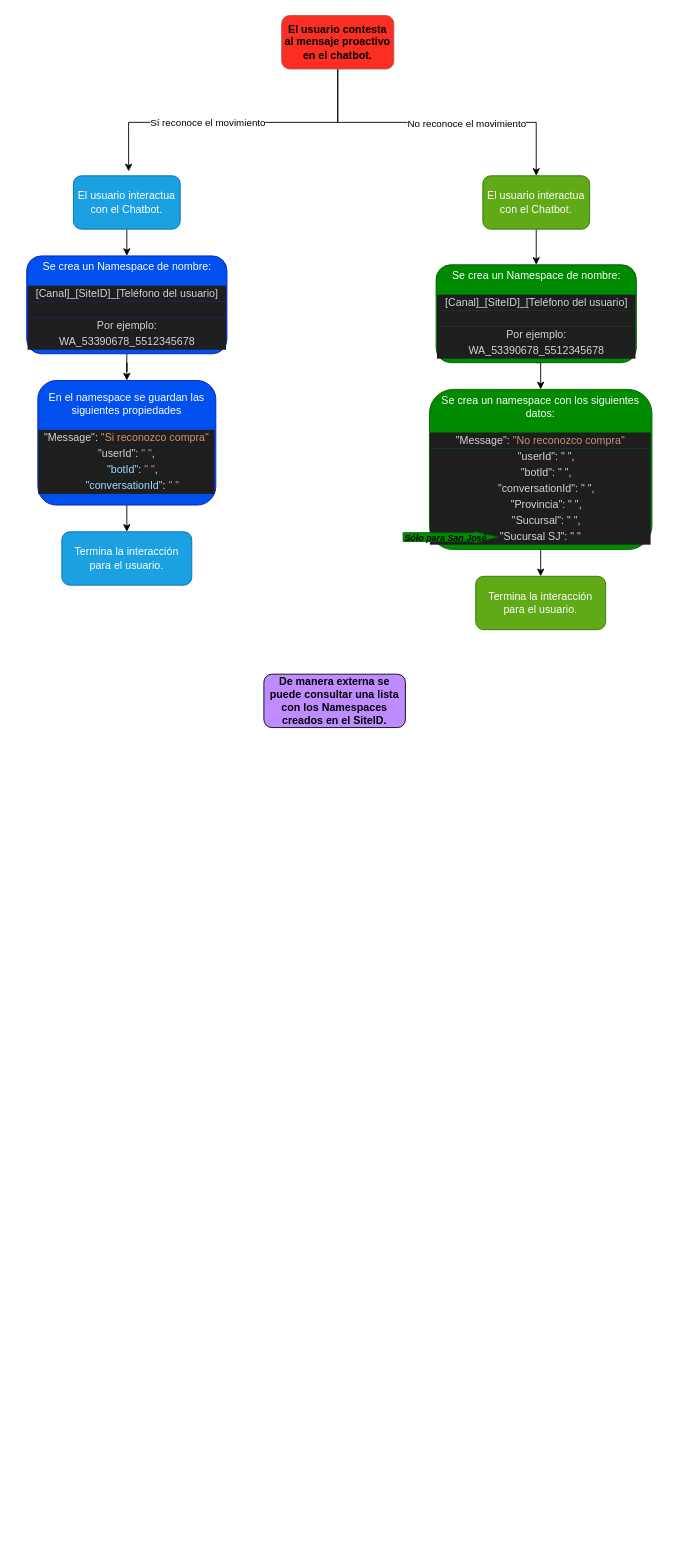
The draw.io diagram Endpoints.drawio in Darkahnott/DiagramasDRAWIO, before the edit. Source tidied: cells renumbered, new cells numbered last; positions are measured from the earlier drawing's top-left corner, leaving out a move shared by most shapes. Both pictures are drawn from the tidied source at 89%, with x=0, y=0 at pixel (27, 15).
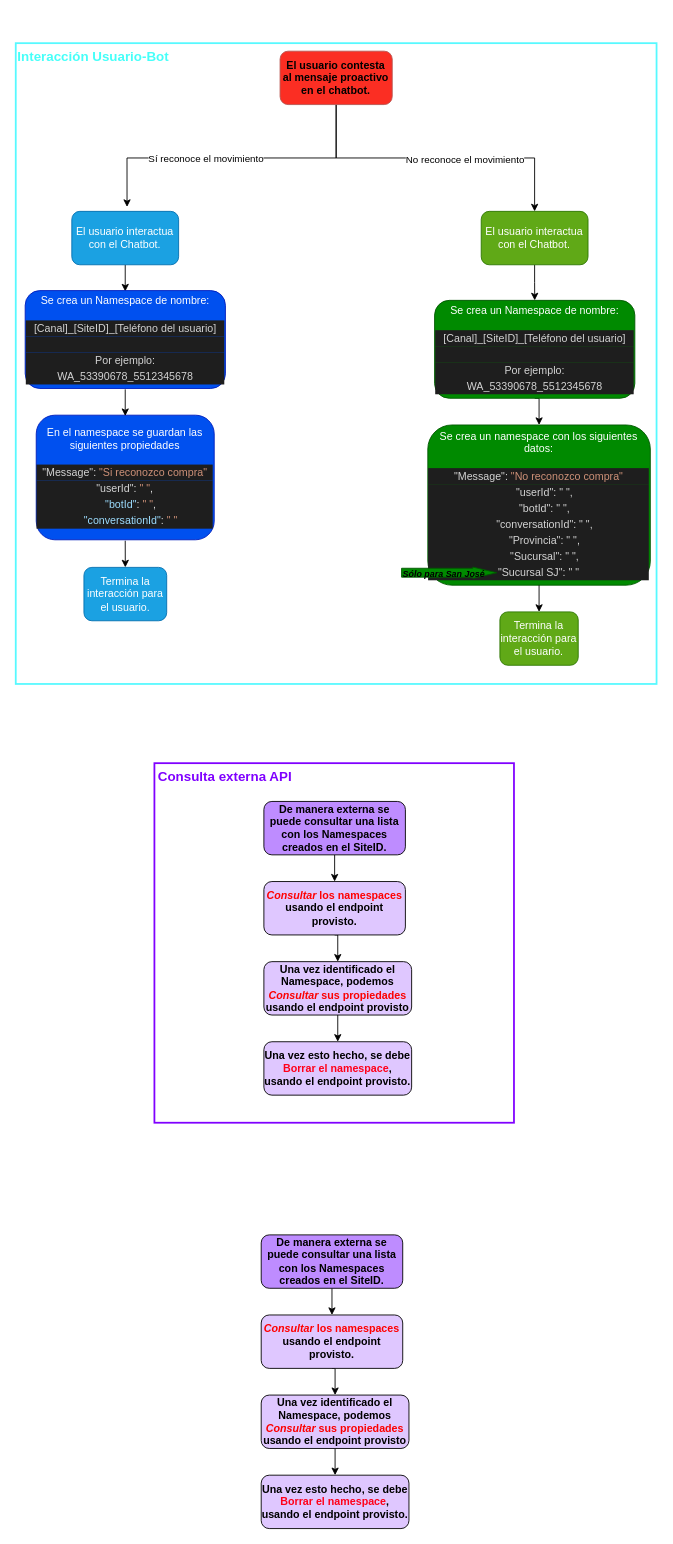
Above is the later version.

What changed in the source:
```diff
@@
     <mxCell id="6" value="&lt;b&gt;El usuario contesta al mensaje proactivo en el chatbot.&lt;/b&gt;" style="rounded=1;whiteSpace=wrap;html=1;fillColor=#fb2e23;strokeColor=#b85450;" parent="1" vertex="1">
-      <mxGeometry x="286" width="126" height="60" as="geometry" />
+      <mxGeometry x="284.2" y="40" width="126" height="60" as="geometry" />
     </mxCell>
-    <mxCell id="7" style="edgeStyle=orthogonalEdgeStyle;rounded=0;jettySize=auto;html=1;exitX=0.5;exitY=1;exitDx=0;exitDy=0;entryX=0.5;entryY=0;entryDx=0;entryDy=0;" parent="1" edge="1" source="8" target="21">
-      <mxGeometry relative="1" as="geometry" />
+    <mxCell id="7" style="edgeStyle=orthogonalEdgeStyle;rounded=0;jettySize=auto;html=1;exitX=0.5;exitY=1;exitDx=0;exitDy=0;entryX=0.5;entryY=0;entryDx=0;entryDy=0;" parent="1" edge="1" target="21">
+      <mxGeometry relative="1" as="geometry">
+        <mxPoint x="110.2" y="590" as="sourcePoint" />
+      </mxGeometry>
     </mxCell>
     <mxCell id="8" value="En el namespace se guardan las siguientes propiedades&lt;br&gt;&lt;br&gt;&lt;div style=&quot;color: rgb(212, 212, 212); background-color: rgb(30, 30, 30); line-height: 18px;&quot;&gt;&quot;Message&quot;&lt;span style=&quot;color: #dcdcdc;&quot;&gt;:&lt;/span&gt;&amp;nbsp;&lt;span style=&quot;color: #ce9178;&quot;&gt;&quot;Si&amp;nbsp;reconozco&amp;nbsp;compra&quot;&lt;/span&gt;&lt;/div&gt;&lt;div style=&quot;background-color: rgb(30, 30, 30); line-height: 18px;&quot;&gt;&lt;div style=&quot;line-height: 18px;&quot;&gt;&lt;div style=&quot;color: rgb(212, 212, 212);&quot;&gt;&quot;userId&quot;&lt;span style=&quot;color: #dcdcdc;&quot;&gt;:&lt;/span&gt;&amp;nbsp;&lt;span style=&quot;color: #ce9178;&quot;&gt;&quot; &quot;&lt;/span&gt;&lt;span style=&quot;color: #dcdcdc;&quot;&gt;,&lt;/span&gt;&lt;/div&gt;&lt;div style=&quot;color: rgb(212, 212, 212);&quot;&gt;&amp;nbsp;&amp;nbsp;&amp;nbsp;&amp;nbsp;&lt;span style=&quot;color: #9cdcfe;&quot;&gt;&quot;botId&quot;&lt;/span&gt;&lt;span style=&quot;color: #dcdcdc;&quot;&gt;:&lt;/span&gt;&amp;nbsp;&lt;span style=&quot;color: #ce9178;&quot;&gt;&quot; &quot;&lt;/span&gt;&lt;span style=&quot;color: #dcdcdc;&quot;&gt;,&lt;/span&gt;&lt;/div&gt;&lt;div style=&quot;&quot;&gt;&lt;font color=&quot;#d4d4d4&quot;&gt;&amp;nbsp;&amp;nbsp;&amp;nbsp;&amp;nbsp;&lt;/font&gt;&lt;span style=&quot;color: rgb(156, 220, 254);&quot;&gt;&quot;conversationId&quot;&lt;/span&gt;&lt;span style=&quot;color: rgb(220, 220, 220);&quot;&gt;:&lt;/span&gt;&lt;font color=&quot;#d4d4d4&quot;&gt;&amp;nbsp;&lt;/font&gt;&lt;font color=&quot;#ce9178&quot;&gt;&quot; &quot;&lt;/font&gt;&lt;/div&gt;&lt;/div&gt;&lt;/div&gt;" style="rounded=1;whiteSpace=wrap;html=1;fillColor=#0050ef;fontColor=#ffffff;strokeColor=#001DBC;" parent="1" vertex="1">
-      <mxGeometry x="12" y="410" width="200" height="140" as="geometry" />
+      <mxGeometry x="10.2" y="449" width="200" height="140" as="geometry" />
     </mxCell>
-    <mxCell id="9" style="edgeStyle=orthogonalEdgeStyle;rounded=0;jettySize=auto;html=1;exitX=0.5;exitY=1;exitDx=0;exitDy=0;entryX=0.5;entryY=0;entryDx=0;entryDy=0;" parent="1" edge="1" source="10" target="14">
-      <mxGeometry relative="1" as="geometry" />
+    <mxCell id="9" style="edgeStyle=orthogonalEdgeStyle;rounded=0;jettySize=auto;html=1;exitX=0.5;exitY=1;exitDx=0;exitDy=0;entryX=0.5;entryY=0;entryDx=0;entryDy=0;" parent="1" edge="1" source="10">
+      <mxGeometry relative="1" as="geometry">
+        <mxPoint x="110.2" y="310" as="targetPoint" />
+      </mxGeometry>
     </mxCell>
     <mxCell id="10" value="&lt;font style=&quot;font-size: 12px;&quot;&gt;El usuario interactua con el Chatbot.&lt;/font&gt;" style="rounded=1;whiteSpace=wrap;html=1;fillColor=#1ba1e2;fontColor=#ffffff;strokeColor=#006EAF;" parent="1" vertex="1">
-      <mxGeometry x="52" y="180" width="120" height="60" as="geometry" />
+      <mxGeometry x="50.2" y="220" width="120" height="60" as="geometry" />
     </mxCell>
@@
     <mxCell id="12" value="&lt;font style=&quot;font-size: 12px;&quot;&gt;El usuario interactua con el Chatbot.&lt;/font&gt;" style="rounded=1;whiteSpace=wrap;html=1;fillColor=#60a917;fontColor=#ffffff;strokeColor=#2D7600;" parent="1" vertex="1">
-      <mxGeometry x="512" y="180" width="120" height="60" as="geometry" />
+      <mxGeometry x="510.2" y="220" width="120" height="60" as="geometry" />
     </mxCell>
-    <mxCell id="13" style="edgeStyle=orthogonalEdgeStyle;rounded=0;jettySize=auto;html=1;exitX=0.5;exitY=1;exitDx=0;exitDy=0;" parent="1" edge="1" source="14" target="8">
-      <mxGeometry relative="1" as="geometry" />
+    <mxCell id="13" style="edgeStyle=orthogonalEdgeStyle;rounded=0;orthogonalLoop=1;jettySize=auto;html=1;exitX=0.5;exitY=1;exitDx=0;exitDy=0;" parent="1" edge="1">
+      <mxGeometry relative="1" as="geometry">
+        <mxPoint x="110.2" y="420" as="sourcePoint" />
+        <mxPoint x="110.2" y="450" as="targetPoint" />
+      </mxGeometry>
     </mxCell>
     <mxCell id="14" value="Se crea un Namespace de nombre:&lt;br&gt;&lt;br&gt;&lt;div style=&quot;color: rgb(212, 212, 212); background-color: rgb(30, 30, 30); line-height: 18px;&quot;&gt;[Canal]_[SiteID]_[Teléfono del usuario]&lt;/div&gt;&lt;div style=&quot;color: rgb(212, 212, 212); background-color: rgb(30, 30, 30); line-height: 18px;&quot;&gt;&lt;br&gt;&lt;/div&gt;&lt;div style=&quot;color: rgb(212, 212, 212); background-color: rgb(30, 30, 30); line-height: 18px;&quot;&gt;Por ejemplo: WA_53390678_5512345678&lt;/div&gt;" style="rounded=1;whiteSpace=wrap;html=1;fillColor=#0050ef;fontColor=#ffffff;strokeColor=#001DBC;" parent="1" vertex="1">
-      <mxGeometry x="-0.5" y="270" width="225" height="110" as="geometry" />
+      <mxGeometry x="-2.2" y="309" width="225" height="110" as="geometry" />
     </mxCell>
     <mxCell id="15" style="group;" parent="1" vertex="1">
-      <mxGeometry x="422" y="420" width="280" height="180" as="geometry" />
+      <mxGeometry x="422" y="420" width="280" height="434" as="geometry" />
     </mxCell>
     <mxCell id="16" value="Se crea un namespace con los siguientes datos:&lt;br style=&quot;border-color: var(--border-color);&quot;&gt;&lt;br style=&quot;border-color: var(--border-color);&quot;&gt;&lt;div style=&quot;border-color: var(--border-color); color: rgb(212, 212, 212); background-color: rgb(30, 30, 30); line-height: 18px;&quot;&gt;&quot;Message&quot;:&amp;nbsp;&lt;span style=&quot;border-color: var(--border-color); color: rgb(206, 145, 120);&quot;&gt;&quot;No reconozco&amp;nbsp;compra&quot;&lt;/span&gt;&lt;/div&gt;&lt;div style=&quot;border-color: var(--border-color); background-color: rgb(30, 30, 30); line-height: 18px;&quot;&gt;&lt;div style=&quot;border-color: var(--border-color); line-height: 18px;&quot;&gt;&lt;div style=&quot;border-color: var(--border-color);&quot;&gt;&lt;div style=&quot;color: rgb(212, 212, 212); border-color: var(--border-color);&quot;&gt;&amp;nbsp; &amp;nbsp; &quot;userId&quot;: &quot; &quot;,&lt;/div&gt;&lt;div style=&quot;color: rgb(212, 212, 212); border-color: var(--border-color);&quot;&gt;&amp;nbsp; &amp;nbsp; &quot;botId&quot;: &quot; &quot;,&lt;/div&gt;&lt;div style=&quot;color: rgb(212, 212, 212); border-color: var(--border-color);&quot;&gt;&amp;nbsp; &amp;nbsp; &quot;conversationId&quot;: &quot; &quot;,&lt;/div&gt;&lt;div style=&quot;color: rgb(212, 212, 212); border-color: var(--border-color);&quot;&gt;&amp;nbsp; &amp;nbsp; &quot;Provincia&quot;: &quot; &quot;,&lt;/div&gt;&lt;div style=&quot;color: rgb(212, 212, 212); border-color: var(--border-color);&quot;&gt;&amp;nbsp; &amp;nbsp; &quot;Sucursal&quot;: &quot; &quot;,&lt;/div&gt;&lt;div style=&quot;border-color: var(--border-color);&quot;&gt;&lt;font color=&quot;#d4d4d4&quot;&gt;&quot;Sucursal SJ&quot;: &quot; &quot;&lt;/font&gt;&lt;br&gt;&lt;/div&gt;&lt;/div&gt;&lt;/div&gt;&lt;/div&gt;" style="rounded=1;whiteSpace=wrap;html=1;fillColor=#008a00;fontColor=#ffffff;strokeColor=#005700;" parent="15" vertex="1">
-      <mxGeometry x="30" width="250" height="180" as="geometry" />
+      <mxGeometry x="28.2" y="40" width="250" height="180" as="geometry" />
     </mxCell>
     <mxCell id="17" style="shape=flexArrow;endArrow=classic;html=1;rounded=0;endWidth=1.6666666666666667;endSize=8.666666666666668;fillColor=#008a00;strokeColor=#005700;" parent="15" edge="1">
       <mxGeometry relative="1" as="geometry">
-        <mxPoint y="166" as="sourcePoint" />
-        <mxPoint x="108" y="166" as="targetPoint" />
+        <mxPoint x="-1.8" y="206" as="sourcePoint" />
+        <mxPoint x="106.2" y="206" as="targetPoint" />
       </mxGeometry>
     </mxCell>
@@
     <mxCell id="20" value="Se crea un Namespace de nombre:&lt;br&gt;&lt;br&gt;&lt;div style=&quot;color: rgb(212, 212, 212); background-color: rgb(30, 30, 30); line-height: 18px;&quot;&gt;[Canal]_[SiteID]_[Teléfono del usuario]&lt;/div&gt;&lt;div style=&quot;color: rgb(212, 212, 212); background-color: rgb(30, 30, 30); line-height: 18px;&quot;&gt;&lt;br&gt;&lt;/div&gt;&lt;div style=&quot;color: rgb(212, 212, 212); background-color: rgb(30, 30, 30); line-height: 18px;&quot;&gt;Por ejemplo: WA_53390678_5512345678&lt;/div&gt;" style="rounded=1;whiteSpace=wrap;html=1;fillColor=#008a00;fontColor=#ffffff;strokeColor=#005700;" parent="1" vertex="1">
-      <mxGeometry x="459.5" y="280" width="225" height="110" as="geometry" />
+      <mxGeometry x="457.8" y="320" width="225" height="110" as="geometry" />
     </mxCell>
     <mxCell id="21" value="Termina la interacción para el usuario." style="rounded=1;whiteSpace=wrap;html=1;fillColor=#1ba1e2;fontColor=#ffffff;strokeColor=#006EAF;" parent="1" vertex="1">
-      <mxGeometry x="39" y="580" width="146" height="60" as="geometry" />
+      <mxGeometry x="63.8" y="620" width="93" height="60" as="geometry" />
     </mxCell>
     <mxCell id="22" value="Termina la interacción para el usuario." style="rounded=1;whiteSpace=wrap;html=1;fillColor=#60a917;fontColor=#ffffff;strokeColor=#2D7600;" parent="1" vertex="1">
-      <mxGeometry x="504" y="630" width="146" height="60" as="geometry" />
+      <mxGeometry x="531.2" y="670" width="88" height="60" as="geometry" />
     </mxCell>
@@
+    <mxCell id="25" style="edgeStyle=orthogonalEdgeStyle;rounded=0;jettySize=auto;html=1;exitX=0.5;exitY=1;exitDx=0;exitDy=0;entryX=0.5;entryY=0;entryDx=0;entryDy=0;" parent="1" edge="1" source="24" target="27">
+      <mxGeometry relative="1" as="geometry" />
+    </mxCell>
     <mxCell id="24" value="&lt;b&gt;De manera externa se puede consultar una lista con los Namespaces creados en el SiteID.&lt;/b&gt;" style="rounded=1;whiteSpace=wrap;html=1;fillColor=#BE8CFF;" parent="1" vertex="1">
-      <mxGeometry x="266" y="740" width="159" height="60" as="geometry" />
+      <mxGeometry x="266" y="883" width="159" height="60" as="geometry" />
     </mxCell>
+    <mxCell id="26" style="edgeStyle=orthogonalEdgeStyle;rounded=0;jettySize=auto;html=1;exitX=0.5;exitY=1;exitDx=0;exitDy=0;entryX=0.5;entryY=0;entryDx=0;entryDy=0;" parent="1" edge="1" source="27" target="29">
+      <mxGeometry relative="1" as="geometry" />
+    </mxCell>
+    <mxCell id="27" value="&lt;b style=&quot;&quot;&gt;&lt;font color=&quot;#ff0000&quot;&gt;&lt;i style=&quot;&quot;&gt;Consultar&lt;/i&gt; los namespaces&lt;/font&gt;&lt;font color=&quot;#000000&quot;&gt; usando el endpoint provisto.&lt;/font&gt;&lt;/b&gt;" style="rounded=1;whiteSpace=wrap;html=1;fillColor=#dfc7ff;" parent="1" vertex="1">
+      <mxGeometry x="266" y="973" width="159" height="60" as="geometry" />
+    </mxCell>
+    <mxCell id="28" style="edgeStyle=orthogonalEdgeStyle;rounded=0;jettySize=auto;html=1;exitX=0.5;exitY=1;exitDx=0;exitDy=0;entryX=0.5;entryY=0;entryDx=0;entryDy=0;" parent="1" edge="1" source="29" target="30">
+      <mxGeometry relative="1" as="geometry" />
+    </mxCell>
+    <mxCell id="29" value="&lt;b style=&quot;&quot;&gt;&lt;font color=&quot;#000000&quot;&gt;Una vez identificado el Namespace, podemos &lt;/font&gt;&lt;font color=&quot;#fc0000&quot;&gt;&lt;i style=&quot;&quot;&gt;Consultar &lt;/i&gt;sus propiedades&lt;/font&gt;&lt;font color=&quot;#000000&quot;&gt; usando el endpoint provisto&lt;/font&gt;&lt;/b&gt;" style="rounded=1;whiteSpace=wrap;html=1;fillColor=#dfc7ff;" parent="1" vertex="1">
+      <mxGeometry x="266" y="1063" width="166" height="60" as="geometry" />
+    </mxCell>
+    <mxCell id="30" value="&lt;b style=&quot;&quot;&gt;&lt;font color=&quot;#000000&quot;&gt;Una vez esto hecho, se debe &lt;/font&gt;&lt;font color=&quot;#ff0019&quot;&gt;Borrar el namespace&lt;/font&gt;&lt;font color=&quot;#000000&quot;&gt;, usando el endpoint provisto.&lt;/font&gt;&lt;/b&gt;" style="rounded=1;whiteSpace=wrap;html=1;fillColor=#dfc7ff;" parent="1" vertex="1">
+      <mxGeometry x="266" y="1153" width="166" height="60" as="geometry" />
+    </mxCell>
+    <mxCell id="31" style="group;" parent="1" vertex="1">
+      <mxGeometry x="144" y="840" width="404" height="404" as="geometry" />
+    </mxCell>
+    <mxCell id="32" value="&lt;b&gt;&lt;font style=&quot;font-size: 15px;&quot; color=&quot;#7f00ff&quot;&gt;Consulta externa API&lt;/font&gt;&lt;/b&gt;" style="text;html=1;strokeColor=none;fillColor=none;align=center;verticalAlign=middle;whiteSpace=wrap;rounded=0;" parent="31" vertex="1">
+      <mxGeometry width="157" height="30" as="geometry" />
+    </mxCell>
+    <mxCell id="33" style="whiteSpace=wrap;html=1;fillColor=none;strokeColor=#8000ff;strokeWidth=2;" parent="1" vertex="1">
+      <mxGeometry x="143" y="840" width="404" height="404" as="geometry" />
+    </mxCell>
+    <mxCell id="34" style="whiteSpace=wrap;html=1;fillColor=none;strokeColor=#57F9FF;strokeWidth=2;" parent="1" vertex="1">
+      <mxGeometry x="-12.8" y="31" width="720" height="720" as="geometry" />
+    </mxCell>
+    <mxCell id="35" value="&lt;b&gt;&lt;font color=&quot;#45fff9&quot; style=&quot;font-size: 15px;&quot;&gt;Interacción Usuario-Bot&lt;/font&gt;&lt;/b&gt;" style="text;html=1;strokeColor=none;fillColor=none;align=center;verticalAlign=middle;whiteSpace=wrap;rounded=0;" parent="1" vertex="1">
+      <mxGeometry x="-12.8" y="31" width="174.8" height="30" as="geometry" />
+    </mxCell>
+    <mxCell id="36" style="edgeStyle=orthogonalEdgeStyle;rounded=0;jettySize=auto;html=1;exitX=0.5;exitY=1;exitDx=0;exitDy=0;entryX=0.5;entryY=0;entryDx=0;entryDy=0;" parent="1" edge="1" source="37" target="39">
+      <mxGeometry relative="1" as="geometry" />
+    </mxCell>
+    <mxCell id="37" value="&lt;b&gt;De manera externa se puede consultar una lista con los Namespaces creados en el SiteID.&lt;/b&gt;" style="rounded=1;whiteSpace=wrap;html=1;fillColor=#BE8CFF;" parent="1" vertex="1">
+      <mxGeometry x="263" y="1370" width="159" height="60" as="geometry" />
+    </mxCell>
+    <mxCell id="38" style="edgeStyle=orthogonalEdgeStyle;rounded=0;jettySize=auto;html=1;exitX=0.5;exitY=1;exitDx=0;exitDy=0;entryX=0.5;entryY=0;entryDx=0;entryDy=0;" parent="1" edge="1" source="39" target="41">
+      <mxGeometry relative="1" as="geometry" />
+    </mxCell>
+    <mxCell id="39" value="&lt;b style=&quot;&quot;&gt;&lt;font color=&quot;#ff0000&quot;&gt;&lt;i style=&quot;&quot;&gt;Consultar&lt;/i&gt; los namespaces&lt;/font&gt;&lt;font color=&quot;#000000&quot;&gt; usando el endpoint provisto.&lt;/font&gt;&lt;/b&gt;" style="rounded=1;whiteSpace=wrap;html=1;fillColor=#dfc7ff;" parent="1" vertex="1">
+      <mxGeometry x="263" y="1460" width="159" height="60" as="geometry" />
+    </mxCell>
+    <mxCell id="40" style="edgeStyle=orthogonalEdgeStyle;rounded=0;jettySize=auto;html=1;exitX=0.5;exitY=1;exitDx=0;exitDy=0;entryX=0.5;entryY=0;entryDx=0;entryDy=0;" parent="1" edge="1" source="41" target="42">
+      <mxGeometry relative="1" as="geometry" />
+    </mxCell>
+    <mxCell id="41" value="&lt;b style=&quot;&quot;&gt;&lt;font color=&quot;#000000&quot;&gt;Una vez identificado el Namespace, podemos &lt;/font&gt;&lt;font color=&quot;#fc0000&quot;&gt;&lt;i style=&quot;&quot;&gt;Consultar &lt;/i&gt;sus propiedades&lt;/font&gt;&lt;font color=&quot;#000000&quot;&gt; usando el endpoint provisto&lt;/font&gt;&lt;/b&gt;" style="rounded=1;whiteSpace=wrap;html=1;fillColor=#dfc7ff;" parent="1" vertex="1">
+      <mxGeometry x="263" y="1550" width="166" height="60" as="geometry" />
+    </mxCell>
+    <mxCell id="42" value="&lt;b style=&quot;&quot;&gt;&lt;font color=&quot;#000000&quot;&gt;Una vez esto hecho, se debe &lt;/font&gt;&lt;font color=&quot;#ff0019&quot;&gt;Borrar el namespace&lt;/font&gt;&lt;font color=&quot;#000000&quot;&gt;, usando el endpoint provisto.&lt;/font&gt;&lt;/b&gt;" style="rounded=1;whiteSpace=wrap;html=1;fillColor=#dfc7ff;" parent="1" vertex="1">
+      <mxGeometry x="263" y="1640" width="166" height="60" as="geometry" />
+    </mxCell>
```
